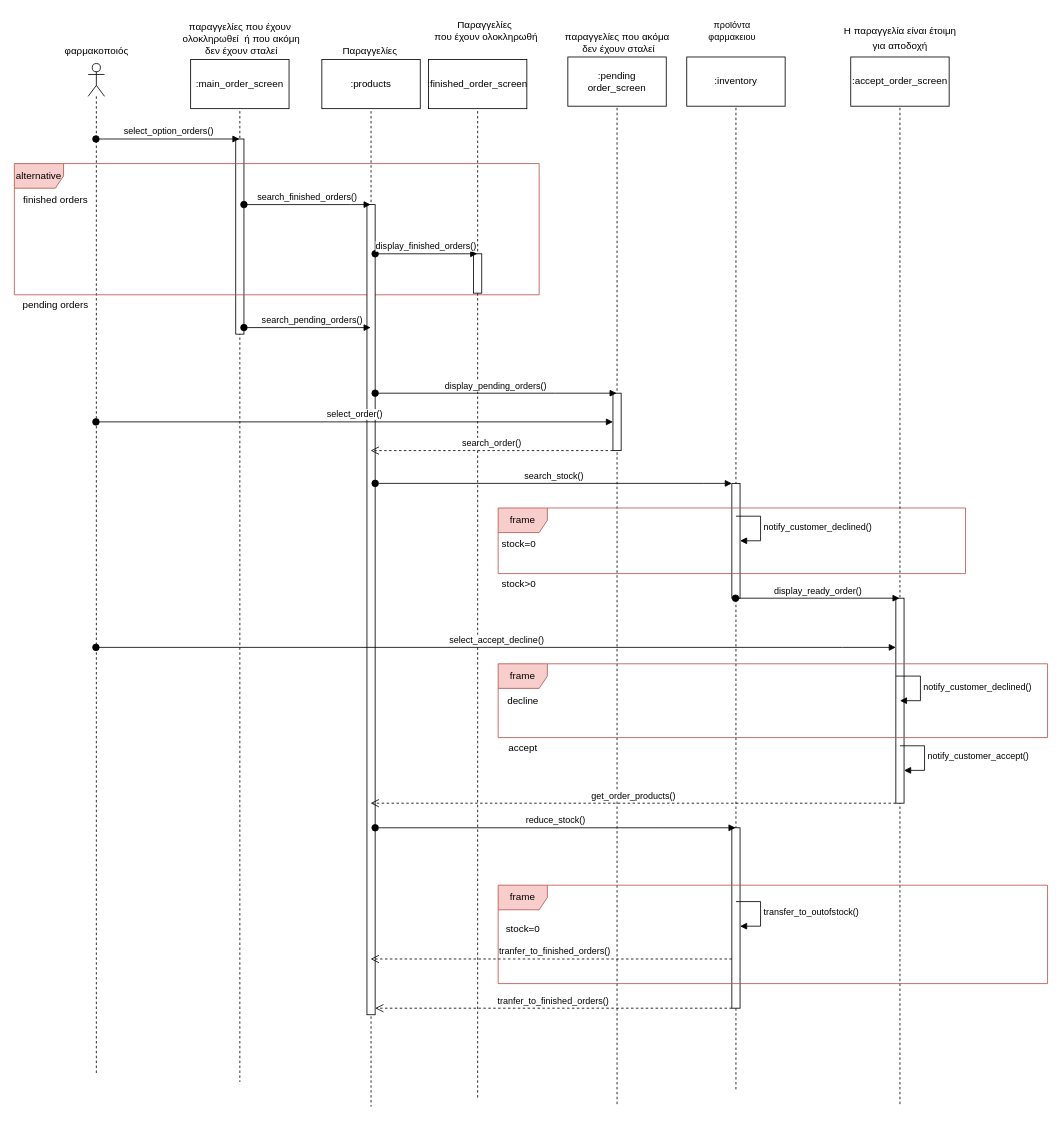
The draw.io diagram Παραδοτέο_4/sequence/sequence_6.drawio in Galenus-Pharmacy/GalenusPharmacies, before the edit. Source tidied: cells renumbered, new cells numbered last; positions are measured from the earlier drawing's top-left corner, leaving out a move shared by most shapes. Both pictures are drawn from the tidied source at 82%, with x=0, y=0 at pixel (14, 14).
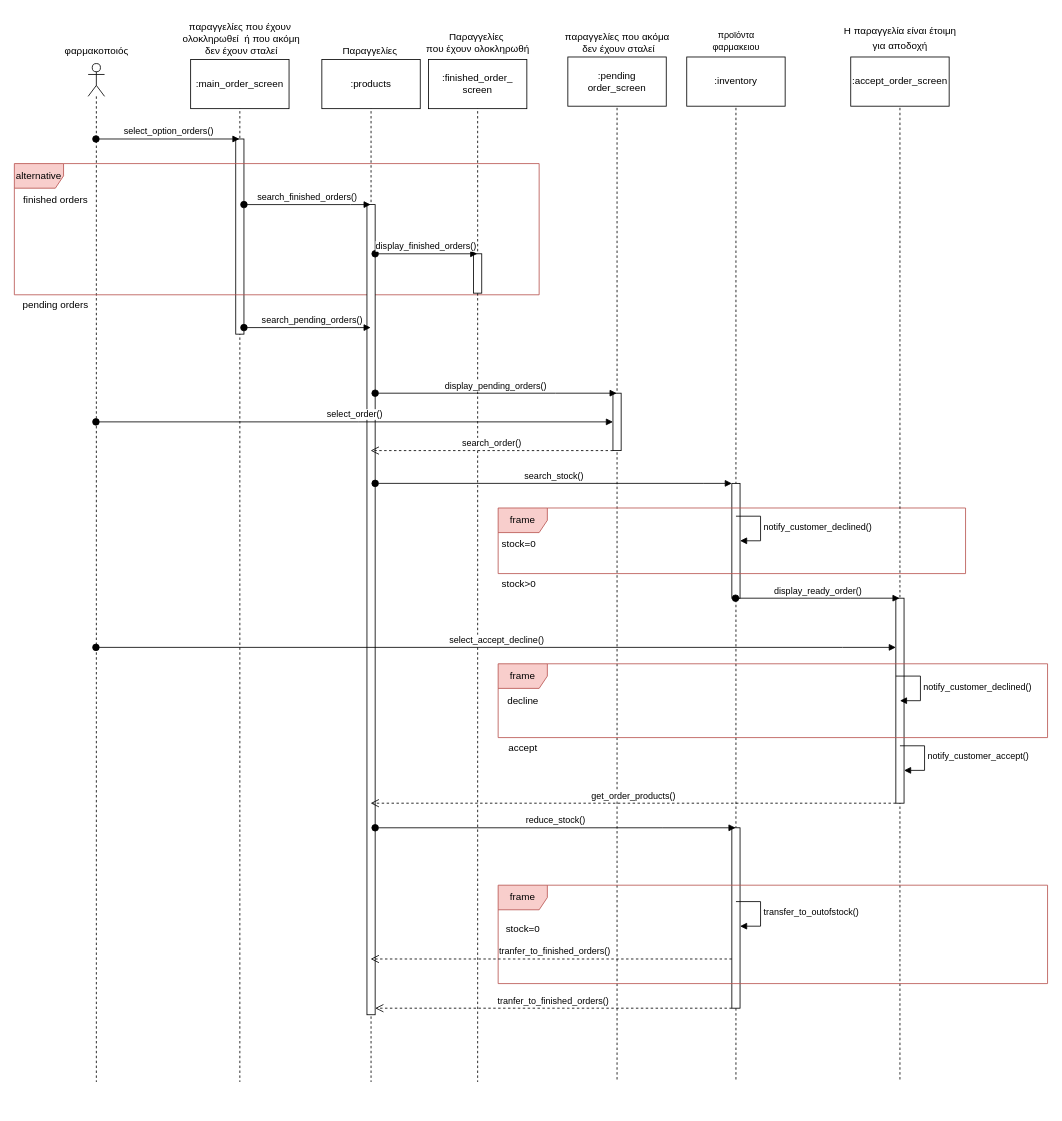
The same page after the edit.

What changed in the source:
```diff
@@
     <mxCell id="2" style="shape=umlLifeline;perimeter=lifelinePerimeter;whiteSpace=wrap;html=1;outlineConnect=0;portConstraint=eastwest;newEdgeStyle={&quot;edgeStyle&quot;:&quot;elbowEdgeStyle&quot;,&quot;elbow&quot;:&quot;vertical&quot;,&quot;curved&quot;:0,&quot;rounded&quot;:0};participant=umlActor;" parent="1" vertex="1">
-      <mxGeometry x="90" y="60" width="20" height="1232" as="geometry" />
+      <mxGeometry x="90" y="60" width="20" height="1242" as="geometry" />
     </mxCell>
@@
     <mxCell id="10" style="shape=umlLifeline;perimeter=lifelinePerimeter;whiteSpace=wrap;html=1;outlineConnect=0;portConstraint=eastwest;newEdgeStyle={&quot;edgeStyle&quot;:&quot;elbowEdgeStyle&quot;,&quot;elbow&quot;:&quot;vertical&quot;,&quot;curved&quot;:0,&quot;rounded&quot;:0};participant=umlEntity;" parent="1" vertex="1">
-      <mxGeometry x="415" y="60" width="40" height="1272" as="geometry" />
+      <mxGeometry x="415" y="60" width="40" height="1242" as="geometry" />
     </mxCell>
@@
     <mxCell id="14" style="shape=umlLifeline;perimeter=lifelinePerimeter;whiteSpace=wrap;html=1;outlineConnect=0;portConstraint=eastwest;newEdgeStyle={&quot;edgeStyle&quot;:&quot;elbowEdgeStyle&quot;,&quot;elbow&quot;:&quot;vertical&quot;,&quot;curved&quot;:0,&quot;rounded&quot;:0};participant=umlBoundary;" parent="1" vertex="1">
-      <mxGeometry x="540" y="60" width="50" height="1262" as="geometry" />
+      <mxGeometry x="540" y="60" width="50" height="1242" as="geometry" />
     </mxCell>
@@
     <mxCell id="16" value="Παραγγελίες&amp;nbsp;&lt;br&gt;που έχουν ολοκληρωθή" style="text;html=1;align=center;verticalAlign=middle;strokeColor=none;fillColor=none;" parent="1" vertex="1">
-      <mxGeometry x="500" width="150" height="40" as="geometry" />
+      <mxGeometry x="490" y="15" width="150" height="40" as="geometry" />
     </mxCell>
@@
     <mxCell id="18" style="shape=umlLifeline;perimeter=lifelinePerimeter;whiteSpace=wrap;html=1;outlineConnect=0;portConstraint=eastwest;newEdgeStyle={&quot;edgeStyle&quot;:&quot;elbowEdgeStyle&quot;,&quot;elbow&quot;:&quot;vertical&quot;,&quot;curved&quot;:0,&quot;rounded&quot;:0};participant=umlBoundary;" parent="1" vertex="1">
-      <mxGeometry x="710" y="62" width="50" height="1270" as="geometry" />
+      <mxGeometry x="710" y="62" width="50" height="1240" as="geometry" />
     </mxCell>
@@
     <mxCell id="25" style="shape=umlLifeline;perimeter=lifelinePerimeter;whiteSpace=wrap;html=1;outlineConnect=0;portConstraint=eastwest;newEdgeStyle={&quot;edgeStyle&quot;:&quot;elbowEdgeStyle&quot;,&quot;elbow&quot;:&quot;vertical&quot;,&quot;curved&quot;:0,&quot;rounded&quot;:0};participant=umlEntity;" parent="1" vertex="1">
-      <mxGeometry x="860" y="62" width="40" height="1250" as="geometry" />
+      <mxGeometry x="860" y="62" width="40" height="1240" as="geometry" />
     </mxCell>
@@
     <mxCell id="28" value="&lt;font style=&quot;font-size: 11px;&quot;&gt;προϊόντα&lt;br style=&quot;border-color: var(--border-color); background-color: rgb(255, 255, 255);&quot;&gt;&lt;span style=&quot;background-color: rgb(255, 255, 255);&quot;&gt;φαρμακειου&lt;/span&gt;&lt;/font&gt;" style="text;html=1;align=center;verticalAlign=middle;strokeColor=none;fillColor=none;" parent="1" vertex="1">
-      <mxGeometry x="835" width="80" height="40" as="geometry" />
+      <mxGeometry x="840" y="12" width="80" height="40" as="geometry" />
     </mxCell>
@@
     <mxCell id="35" style="shape=umlLifeline;perimeter=lifelinePerimeter;whiteSpace=wrap;html=1;outlineConnect=0;portConstraint=eastwest;newEdgeStyle={&quot;edgeStyle&quot;:&quot;elbowEdgeStyle&quot;,&quot;elbow&quot;:&quot;vertical&quot;,&quot;curved&quot;:0,&quot;rounded&quot;:0};participant=umlBoundary;" parent="1" vertex="1">
-      <mxGeometry x="1055" y="62" width="50" height="1270" as="geometry" />
+      <mxGeometry x="1055" y="62" width="50" height="1240" as="geometry" />
     </mxCell>
@@
-    <mxCell id="54" value=":finished_order_screen" style="whiteSpace=wrap;html=1;" parent="1" vertex="1">
+    <mxCell id="54" value=":finished_order_&lt;br&gt;screen" style="whiteSpace=wrap;html=1;" parent="1" vertex="1">
       <mxGeometry x="505" y="55" width="120" height="60" as="geometry" />
     </mxCell>
```
